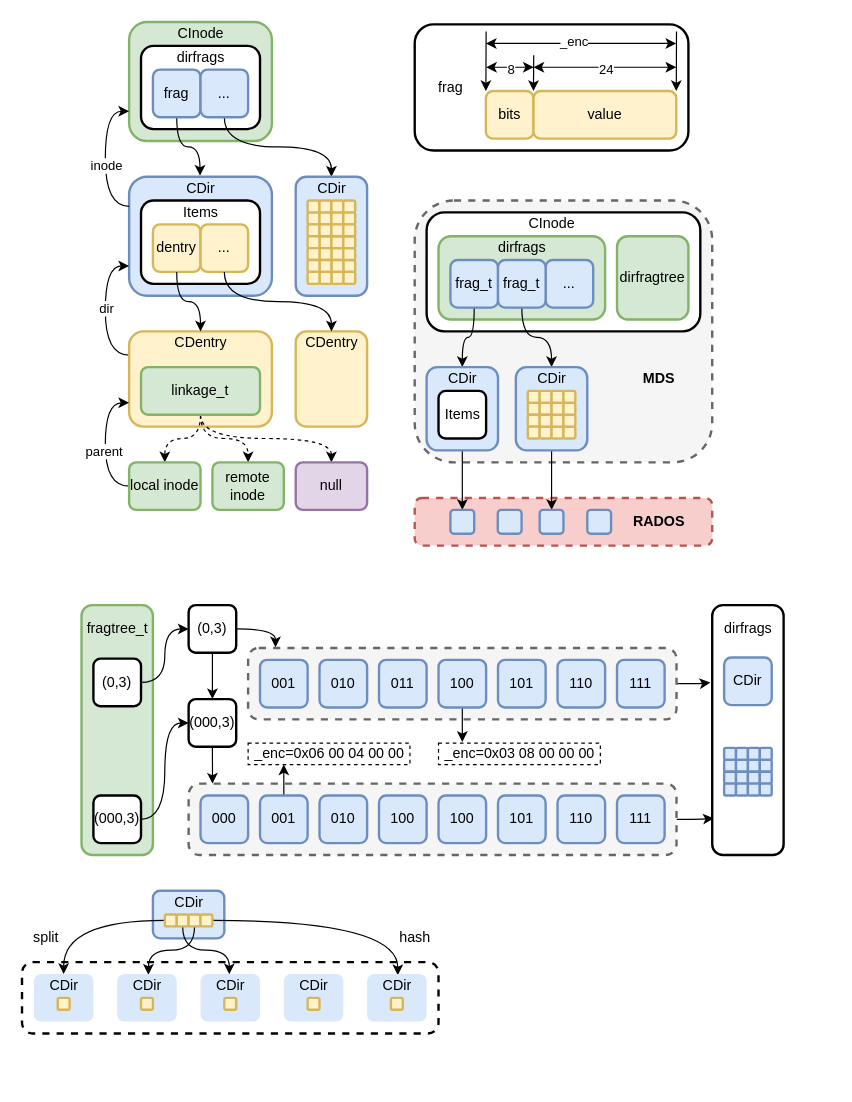
Above: page "meta" (2 of 3) of ceph/ceph-mds.drawio in EarthWind/deeparch (draw.io), before the change. Source tidied: cells renumbered, new cells numbered last; positions are measured from the earlier drawing's top-left corner, leaving out a move shared by most shapes. Both pictures are drawn from the tidied source at 119%, with x=0, y=0 at pixel (21, 21).
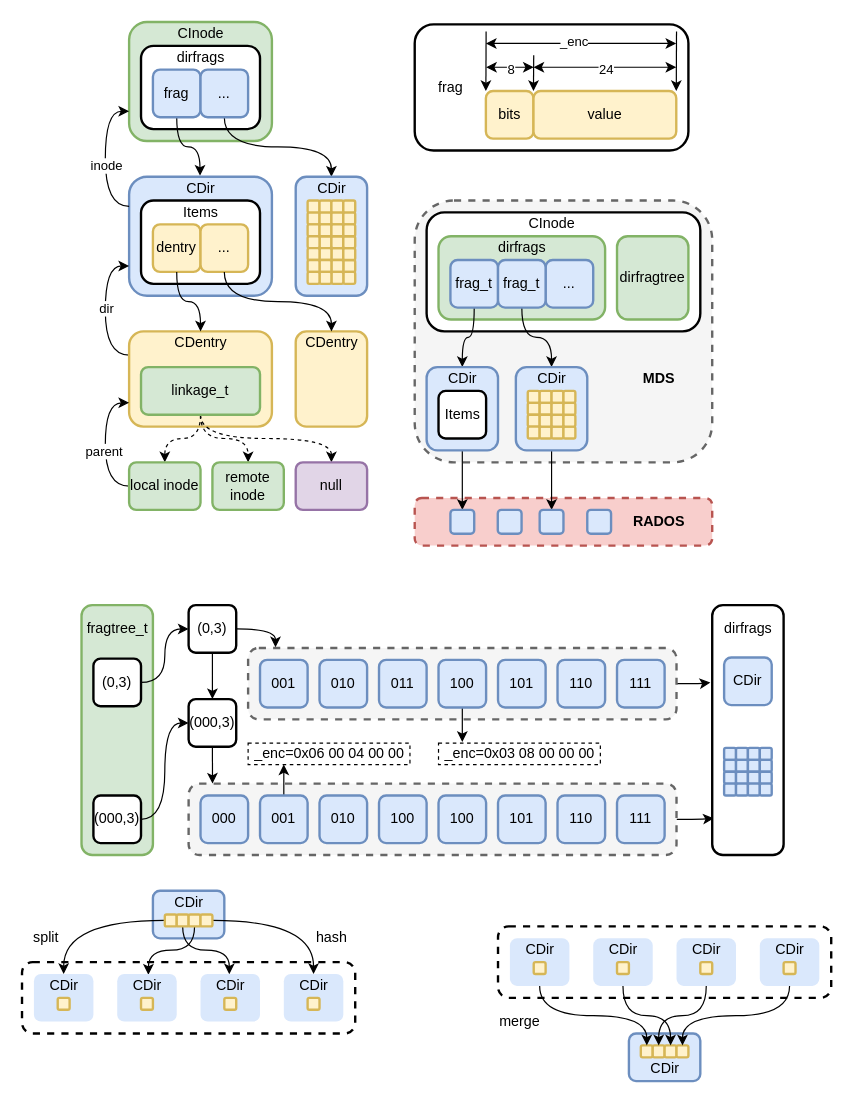
The same diagram, later.

Unchanged cells that the change refers to:
```xml
<mxCell id="168" style="rounded=1;whiteSpace=wrap;html=1;strokeWidth=2;fillWeight=1;hachureGap=4;hachureAngle=45;sketch=0;fillColor=#fff2cc;strokeColor=#d6b656;" parent="1" vertex="1">
  <mxGeometry x="150" y="750" width="10" height="10" as="geometry" />
</mxCell>
<mxCell id="181" value="CDir" style="text;html=1;align=center;verticalAlign=middle;points=[];strokeColor=none;fillColor=none;" parent="1" vertex="1">
  <mxGeometry x="225" y="800" width="40" height="20" as="geometry" />
</mxCell>
```

Diff of the diagram source:
```diff
@@
     <mxCell id="2" style="rounded=1;whiteSpace=wrap;html=1;strokeWidth=2;fillWeight=1;hachureGap=4;hachureAngle=45;sketch=0;dashed=1;" parent="1" vertex="1">
-      <mxGeometry y="790" width="350" height="60" as="geometry" />
+      <mxGeometry y="790" width="280" height="60" as="geometry" />
     </mxCell>
@@
-    <mxCell id="167" style="edgeStyle=orthogonalEdgeStyle;curved=1;rounded=0;sketch=0;jettySize=auto;html=1;entryX=0.52;entryY=0.05;entryDx=0;entryDy=0;entryPerimeter=0;" parent="1" edge="1" source="168" target="184">
+    <mxCell id="167" style="edgeStyle=orthogonalEdgeStyle;curved=1;rounded=0;sketch=0;jettySize=auto;html=1;" parent="1" edge="1" source="168" target="181">
       <mxGeometry relative="1" as="geometry" />
     </mxCell>
@@
-    <mxCell id="182" style="rounded=1;whiteSpace=wrap;html=1;strokeWidth=2;fillWeight=1;hachureGap=4;hachureAngle=45;sketch=0;fillColor=#dae8fc;strokeColor=none;dashed=1;" parent="1" vertex="1">
-      <mxGeometry x="290" y="800" width="50" height="40" as="geometry" />
-    </mxCell>
-    <mxCell id="183" style="rounded=1;whiteSpace=wrap;html=1;strokeWidth=2;fillWeight=1;hachureGap=4;hachureAngle=45;sketch=0;fillColor=#fff2cc;strokeColor=#d6b656;" parent="1" vertex="1">
-      <mxGeometry x="310" y="820" width="10" height="10" as="geometry" />
-    </mxCell>
-    <mxCell id="184" value="CDir" style="text;html=1;align=center;verticalAlign=middle;points=[];strokeColor=none;fillColor=none;" parent="1" vertex="1">
-      <mxGeometry x="295" y="800" width="40" height="20" as="geometry" />
-    </mxCell>
     <mxCell id="185" value="hash" style="text;html=1;align=center;verticalAlign=middle;strokeColor=none;fillColor=none;" parent="1" vertex="1">
-      <mxGeometry x="310" y="760" width="40" height="20" as="geometry" />
+      <mxGeometry x="240" y="760" width="40" height="20" as="geometry" />
     </mxCell>
@@
+    <mxCell id="202" style="rounded=1;whiteSpace=wrap;html=1;strokeWidth=2;fillWeight=1;hachureGap=4;hachureAngle=45;sketch=0;dashed=1;" parent="1" vertex="1">
+      <mxGeometry x="400" y="760" width="280" height="60" as="geometry" />
+    </mxCell>
+    <mxCell id="203" style="rounded=1;whiteSpace=wrap;html=1;strokeWidth=2;fillWeight=1;hachureGap=4;hachureAngle=45;sketch=0;fillColor=#dae8fc;strokeColor=#6c8ebf;" parent="1" vertex="1">
+      <mxGeometry x="510" y="850" width="60" height="40" as="geometry" />
+    </mxCell>
+    <mxCell id="204" value="CDir" style="text;html=1;align=center;verticalAlign=middle;strokeColor=none;fillColor=none;" parent="1" vertex="1">
+      <mxGeometry x="520" y="870" width="40" height="20" as="geometry" />
+    </mxCell>
+    <mxCell id="205" style="rounded=1;whiteSpace=wrap;html=1;strokeWidth=2;fillWeight=1;hachureGap=4;hachureAngle=45;sketch=0;fillColor=#fff2cc;strokeColor=#d6b656;" parent="1" vertex="1">
+      <mxGeometry x="520" y="860" width="10" height="10" as="geometry" />
+    </mxCell>
+    <mxCell id="206" style="rounded=1;whiteSpace=wrap;html=1;strokeWidth=2;fillWeight=1;hachureGap=4;hachureAngle=45;sketch=0;fillColor=#fff2cc;strokeColor=#d6b656;" parent="1" vertex="1">
+      <mxGeometry x="530" y="860" width="10" height="10" as="geometry" />
+    </mxCell>
+    <mxCell id="207" style="rounded=1;whiteSpace=wrap;html=1;strokeWidth=2;fillWeight=1;hachureGap=4;hachureAngle=45;sketch=0;fillColor=#fff2cc;strokeColor=#d6b656;" parent="1" vertex="1">
+      <mxGeometry x="540" y="860" width="10" height="10" as="geometry" />
+    </mxCell>
+    <mxCell id="208" style="rounded=1;whiteSpace=wrap;html=1;strokeWidth=2;fillWeight=1;hachureGap=4;hachureAngle=45;sketch=0;fillColor=#fff2cc;strokeColor=#d6b656;" parent="1" vertex="1">
+      <mxGeometry x="550" y="860" width="10" height="10" as="geometry" />
+    </mxCell>
+    <mxCell id="209" style="edgeStyle=orthogonalEdgeStyle;curved=1;rounded=0;sketch=0;jettySize=auto;html=1;entryX=0.5;entryY=0;entryDx=0;entryDy=0;startArrow=none;startFill=0;exitX=0.5;exitY=1;exitDx=0;exitDy=0;" parent="1" edge="1" source="210" target="205">
+      <mxGeometry relative="1" as="geometry" />
+    </mxCell>
+    <mxCell id="210" style="rounded=1;whiteSpace=wrap;html=1;strokeWidth=2;fillWeight=1;hachureGap=4;hachureAngle=45;sketch=0;fillColor=#dae8fc;strokeColor=none;dashed=1;" parent="1" vertex="1">
+      <mxGeometry x="410" y="770" width="50" height="40" as="geometry" />
+    </mxCell>
+    <mxCell id="211" style="rounded=1;whiteSpace=wrap;html=1;strokeWidth=2;fillWeight=1;hachureGap=4;hachureAngle=45;sketch=0;fillColor=#fff2cc;strokeColor=#d6b656;" parent="1" vertex="1">
+      <mxGeometry x="430" y="790" width="10" height="10" as="geometry" />
+    </mxCell>
+    <mxCell id="212" value="CDir" style="text;html=1;align=center;verticalAlign=middle;strokeColor=none;fillColor=none;" parent="1" vertex="1">
+      <mxGeometry x="415" y="770" width="40" height="20" as="geometry" />
+    </mxCell>
+    <mxCell id="213" value="merge" style="text;html=1;align=center;verticalAlign=middle;strokeColor=none;fillColor=none;" parent="1" vertex="1">
+      <mxGeometry x="393" y="830" width="50" height="20" as="geometry" />
+    </mxCell>
+    <mxCell id="214" style="edgeStyle=orthogonalEdgeStyle;curved=1;rounded=0;sketch=0;jettySize=auto;html=1;entryX=0.5;entryY=0;entryDx=0;entryDy=0;startArrow=none;startFill=0;exitX=0.5;exitY=1;exitDx=0;exitDy=0;" parent="1" edge="1" source="215" target="207">
+      <mxGeometry relative="1" as="geometry" />
+    </mxCell>
+    <mxCell id="215" style="rounded=1;whiteSpace=wrap;html=1;strokeWidth=2;fillWeight=1;hachureGap=4;hachureAngle=45;sketch=0;fillColor=#dae8fc;strokeColor=none;dashed=1;" parent="1" vertex="1">
+      <mxGeometry x="480" y="770" width="50" height="40" as="geometry" />
+    </mxCell>
+    <mxCell id="216" style="rounded=1;whiteSpace=wrap;html=1;strokeWidth=2;fillWeight=1;hachureGap=4;hachureAngle=45;sketch=0;fillColor=#fff2cc;strokeColor=#d6b656;" parent="1" vertex="1">
+      <mxGeometry x="500" y="790" width="10" height="10" as="geometry" />
+    </mxCell>
+    <mxCell id="217" value="CDir" style="text;html=1;align=center;verticalAlign=middle;strokeColor=none;fillColor=none;" parent="1" vertex="1">
+      <mxGeometry x="485" y="770" width="40" height="20" as="geometry" />
+    </mxCell>
+    <mxCell id="218" style="edgeStyle=orthogonalEdgeStyle;curved=1;rounded=0;sketch=0;jettySize=auto;html=1;entryX=0.5;entryY=0;entryDx=0;entryDy=0;startArrow=none;startFill=0;exitX=0.5;exitY=1;exitDx=0;exitDy=0;" parent="1" edge="1" source="219" target="206">
+      <mxGeometry relative="1" as="geometry" />
+    </mxCell>
+    <mxCell id="219" style="rounded=1;whiteSpace=wrap;html=1;strokeWidth=2;fillWeight=1;hachureGap=4;hachureAngle=45;sketch=0;fillColor=#dae8fc;strokeColor=none;dashed=1;" parent="1" vertex="1">
+      <mxGeometry x="550" y="770" width="50" height="40" as="geometry" />
+    </mxCell>
+    <mxCell id="220" style="rounded=1;whiteSpace=wrap;html=1;strokeWidth=2;fillWeight=1;hachureGap=4;hachureAngle=45;sketch=0;fillColor=#fff2cc;strokeColor=#d6b656;" parent="1" vertex="1">
+      <mxGeometry x="570" y="790" width="10" height="10" as="geometry" />
+    </mxCell>
+    <mxCell id="221" value="CDir" style="text;html=1;align=center;verticalAlign=middle;strokeColor=none;fillColor=none;" parent="1" vertex="1">
+      <mxGeometry x="555" y="770" width="40" height="20" as="geometry" />
+    </mxCell>
+    <mxCell id="222" style="rounded=1;whiteSpace=wrap;html=1;strokeWidth=2;fillWeight=1;hachureGap=4;hachureAngle=45;sketch=0;fillColor=#dae8fc;strokeColor=none;dashed=1;" parent="1" vertex="1">
+      <mxGeometry x="620" y="770" width="50" height="40" as="geometry" />
+    </mxCell>
+    <mxCell id="223" style="edgeStyle=orthogonalEdgeStyle;curved=1;rounded=0;sketch=0;jettySize=auto;html=1;entryX=0.5;entryY=0;entryDx=0;entryDy=0;startArrow=none;startFill=0;exitX=0.5;exitY=1;exitDx=0;exitDy=0;" parent="1" edge="1" source="222" target="208">
+      <mxGeometry relative="1" as="geometry" />
+    </mxCell>
+    <mxCell id="224" style="rounded=1;whiteSpace=wrap;html=1;strokeWidth=2;fillWeight=1;hachureGap=4;hachureAngle=45;sketch=0;fillColor=#fff2cc;strokeColor=#d6b656;" parent="1" vertex="1">
+      <mxGeometry x="640" y="790" width="10" height="10" as="geometry" />
+    </mxCell>
+    <mxCell id="225" value="CDir" style="text;html=1;align=center;verticalAlign=middle;strokeColor=none;fillColor=none;" parent="1" vertex="1">
+      <mxGeometry x="625" y="770" width="40" height="20" as="geometry" />
+    </mxCell>
```
